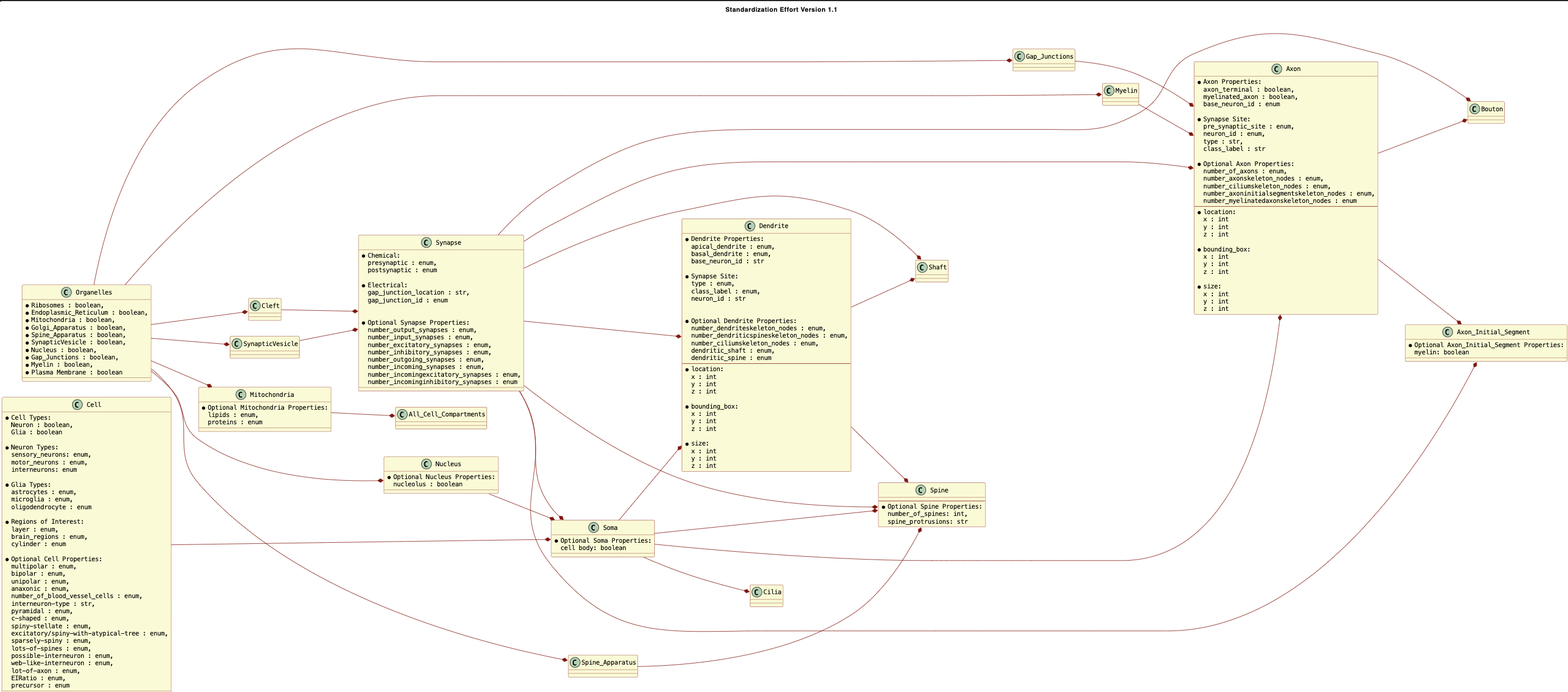
Above: annotation-metadata/annotation-metadata-version-1.1.png in aplbrain/BENCHMARK-Metadata (PlantUML), before the change. Its source is kept beside it as annotation-metadata/annotation-metadata-version-1.1.plantuml. Its diagram source:
```plantuml
@startuml
title Testing New Standardization Effort Version 1.1
Cell --> Soma
Soma --> Spine
Soma --> Axon
Soma --> Dendrite
Soma --> Cilia
Dendrite --> Shaft
Dendrite --> Spine
Axon --> Axon_Initial_Segment
Axon --> Bouton
Gap_Junctions --> Axon
Myelin --> Axon
Synapse --> Axon
Synapse --> Dendrite
Synapse --> Axon_Initial_Segment
Synapse --> Bouton
Synapse --> Spine
Synapse --> Shaft
Synapse --> Soma
Spine_Apparatus --> Spine
Organelles --> Gap_Junctions
Organelles --> Nucleus
Organelles --> Mitochondria
Organelles --> SynapticVesicle
Organelles --> Myelin
Organelles --> Cleft
Organelles --> Spine_Apparatus
Nucleus --> Soma
Cleft --> Synapse
Mitochondria --> All_Cell_Compartments
SynapticVesicle --> Synapse
Synapse --> Chemical
Synapse --> Electrical
Dendrite -->location_DendriteProperties
Dendrite --> OptionalDendriteProperties
Mitochondria -->OptionalMitochondriaProperties
Axon_Initial_Segment-->Optional_Axon_Initial_Segment_Properties

class Annotation_Provenance{
	*Annotator
	*Score
	*Co-Registration
	*Versioning
}
class Annotator{
	contributor_method [enum]
	novice_annotator [boolean]
	expert_annotator [boolean]
	novice_proofreader [boolean]
	expert_proofreader [boolean]
    contributor [str]
	other [str]

}
class Score{
    annotation_reviewed [int]
	review_time_hours [int]
	condfidence_value [int]
	other [int]
}

class CoRegistration{
	object_id [str]
	other [str]
}
class Versioning{
	version_checkpoint_value [int]
	version_checkpoint_updates [str]
	other [str]
}

Annotation_Provenance --> Annotator
Annotator -->Organelles
Annotation_Provenance --> Score
Score -->Organelles
Annotation_Provenance --> CoRegistration
CoRegistration -->Organelles
Annotation_Provenance --> Versioning
Versioning -->Organelles


Cell --> CellTypes
CellTypes -->NeuronType
CellTypes --> GliaType
Cell -->RegionsofInterest
class Cell{
	*CellTypes [boolean]
    *GliaType [enum]
	*NeuronType [enum]
    *OtherGliaType [str]
	*OtherNeuronType [str]
	*RegionsofInterest [enum]
    *OtherRegionsofInterest [str]
	*OptionalCellProperties [enum]
}
interface CellTypes{
	neuron
	glia
}
enum NeuronType{
	sensory_neurons
	motor_neurons
	interneurons
}
enum GliaType{
	astrocytes
	microglia
	oligodendrocyte
}
struct OtherGliaTypes{
    other
    }
struct OtherNeuronType{
    other
    }
GliaType --> OtherGliaTypes
NeuronType -->OtherNeuronType

enum RegionsofInterest{
	layer
	brain_regions
	cylinder
}
struct OtherRegionsofInterest{
    other
    }
RegionsofInterest --> OtherRegionsofInterest

enum OptionalCellProperties{
		multipolar
		bipolar
		unipolar
		anaxonic
		blood_vessel_type
		interneuron-type
        pyramidal
		c-shaped
        spiny-stellate
        excitatory/spiny-with-atypical-tree
        sparsely-spiny
        lots-of-spines
        possible-interneuron
        web-like-interneuron
        lot-of-axon
        EIRatio
		precursor
}

class Bouton{
}

class Mitochondria{
    *OptionalMitochondriaProperties [enum]
    *OtherOptionalMitochondriaProperties [str]
}

enum OptionalMitochondriaProperties{
    lipids
    proteins
}

struct OtherOptionalMitochondriaProperties{
    other

}
Mitochondria --> OtherOptionalMitochondriaProperties
enum DendriteProperties{
    apical_dendrite
    basal_dendrite
    base_neuron_id
    }

enum SynapseSite{
type
class_label
neuron_id
}

struct OtherSynapseSite{
    other

}
class Dendrite{
        *DendriteProperties [enum]
        *OptionalDendriteProperties [enum]
        *OtherOptionalDendriteProperties [str]
        *SynapseSite [enum]
        *StringSynapseSite [str]
        *OtherSynapseSite [str]
        *location_DendriteProperties [int]
}
Dendrite -->OtherSynapseSite


enum OptionalDendriteProperties{
    number_dendriteskeleton_nodes
    number_dendriticspineskeleton_nodes
    number_ciliumskeleton_nodes
    dendritic_shaft
    dendritic_spine
}

struct OtherOptionalDendriteProperties{
    other
}
Dendrite --> OtherOptionalDendriteProperties

interface location_DendriteProperties{
    *location:
        x
        y
        z

    *bounding_box:
            x
            y
            z

      *size:
            x
            y
            z
}

class Spine_Apparatus{
}

class Spine{
    *OptionalSpineProperties [enum]
    *StringOptionalSpineProperties [str]

}
Spine -->OptionalSpineProperties
enum OptionalSpineProperties{
    number_of_spines
}
struct StringOptionalSpineProperties{
    spine_protrusions
    other
    }
Spine -->StringOptionalSpineProperties


class Soma{
*Optional Soma Properties [int]
*StringOptionalSomaProperties [str]
}
Soma -->OptionalSomaProperties

struct StringOptionalSomaProperties{
    other
    }
Soma -->StringOptionalSomaProperties
interface OptionalSomaProperties{
    cell body
    }

class Synapse{
    *Chemical [enum]
    *StringChemical [str]
    *Electrical [enum]
    *StringElectrical [str]
    *OptionalSynapseProperties [enum]
    *otherOptionalSynapseProperties [str]
    }

enum Chemical{
		presynaptic
		postsynaptic
    }
struct StringChemical{
    other
        }
enum Electrical{
		gap_junction_id
        }
struct StringElectrical{
    gap_junction_location
    other
        }
Synapse --> StringChemical
Synapse --> StringElectrical
Synapse --> OptionalSynapseProperties

enum OptionalSynapseProperties{
	number_output_synapses
	number_input_synapses
	number_excitatory_synapses
	number_inhibitory_synapses
	number_outgoing_synapses
	number_incoming_synapses
	number_incomingexcitatory_synapses
	number_incominginhibitory_synapses
}
struct otherOptionalSynapseProperties{
    other
}
Synapse --> otherOptionalSynapseProperties
Cell --> OptionalCellProperties
Dendrite -->DendriteProperties
Dendrite -->SynapseSite

class Organelles{
	*Ribosomes [boolean]
    *Endoplasmic_Reticulum [boolean]
	*Mitochondria [boolean]
	*Golgi_Apparatus [boolean]
	*Spine_Apparatus [boolean]
    *SynapticVesicle [boolean]
	*Nucleus [boolean]
	*Gap_Junctions [boolean]
	*Myelin [boolean]
	*Plasma Membrane [boolean]
}

class Nucleus{
*NucleusProperties [str]
*otherNucleusProperties [str]
}
struct NucleusProperties{
nucleolus
}
struct otherNucleusProperties{
    other
    }

Nucleus --> NucleusProperties
Nucleus --> otherNucleusProperties

class Axon{
    *Axon Properties [enum]
    *OptionalAxonProperties [enum]
    *OptionalAxonPropertieslocation [int]
    *StringAxonProperties [str]
    *StringOptionalAxonProperties [str]
    }

enum AxonProperties{
	axon_terminal
	myelinated_axon
}
Axon --> AxonProperties
struct StringAxonProperties{
    base_neuron_id
	other
    }
Axon -->StringAxonProperties
enum SynapseSite{
		pre_synaptic_site
		neuron_id
}
struct StringSynapseSite{
    type
    class_label
    other
}
Dendrite --> StringSynapseSite

Axon --> OptionalAxonProperties
Axon --> OptionalAxonPropertieslocation

enum OptionalAxonProperties{
	number_of_axons
	number_axonskeleton_nodes
	number_ciliumskeleton_nodes
	number_axoninitialsegmentskeleton_nodes
	number_myelinatedaxonskeleton_nodes
    }


struct StringOptionalAxonProperties{
    other
}
Axon --> StringOptionalAxonProperties

interface OptionalAxonPropertieslocation{
        x
        y
        z

    *bounding_box:
            x
            y
            z

       *size:
            x
            y
            z
}
class SynapticVesicle{

}

class Axon_Initial_Segment{
	*Optional_Axon_Initial_Segment_Properties

}
str Optional_Axon_Initial_Segment_Properties{
    myelin
}


@enduml
```
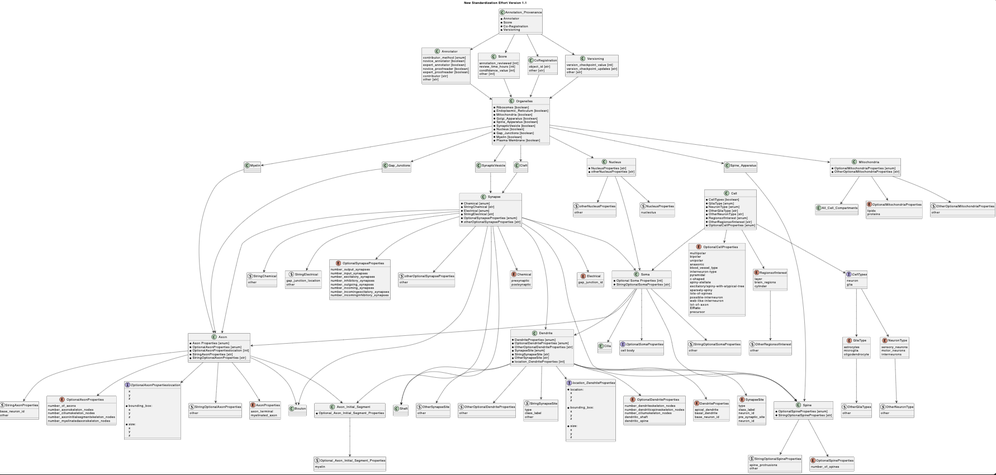
The same file after the commit.

Commit message:
Diagram photo

The edit, as a diff of the source:
```diff
@@ -1,5 +1,5 @@
 @startuml
-title Testing New Standardization Effort Version 1.1
+title New Standardization Effort Version 1.1
 Cell --> Soma
 Soma --> Spine
 Soma --> Axon
@@ -35,7 +35,6 @@
 Dendrite -->location_DendriteProperties
 Dendrite --> OptionalDendriteProperties
 Mitochondria -->OptionalMitochondriaProperties
-Axon_Initial_Segment-->Optional_Axon_Initial_Segment_Properties
 
 class Annotation_Provenance{
 	*Annotator
@@ -397,9 +396,10 @@
 	*Optional_Axon_Initial_Segment_Properties
 
 }
-str Optional_Axon_Initial_Segment_Properties{
+struct Optional_Axon_Initial_Segment_Properties{
     myelin
 }
+Axon_Initial_Segment-->Optional_Axon_Initial_Segment_Properties
 
 
 @enduml
```
